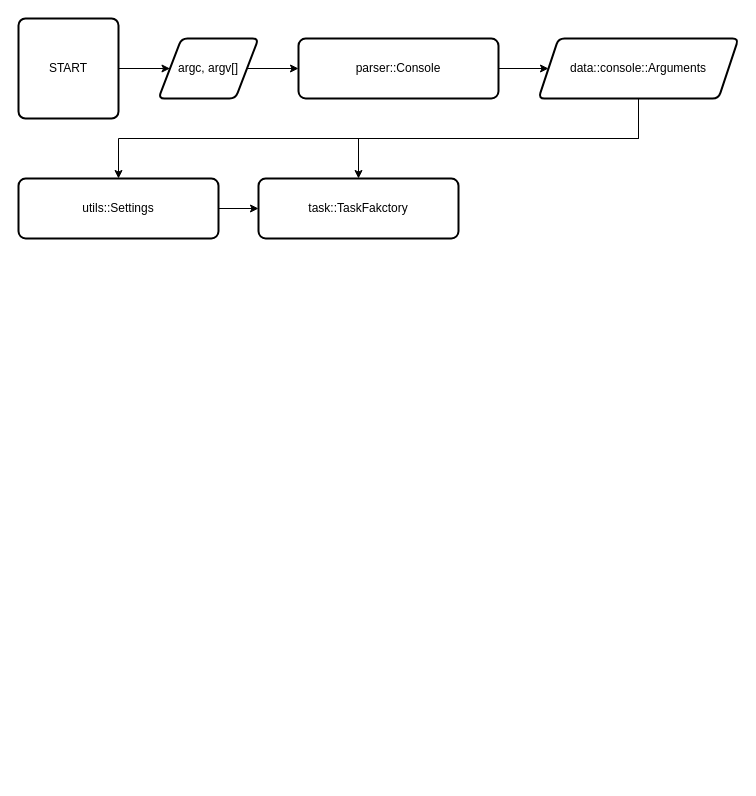
theqbz/csv_helper keeps this draw.io diagram as page "Main process" (1 of 2) of design/csvvalidator.drawio. Above is the earlier version. Source tidied: cells renumbered, new cells numbered last; positions are measured from the earlier drawing's top-left corner, leaving out a move shared by most shapes. Both pictures are drawn from the tidied source at 100%, with x=0, y=0 at pixel (18, 18).
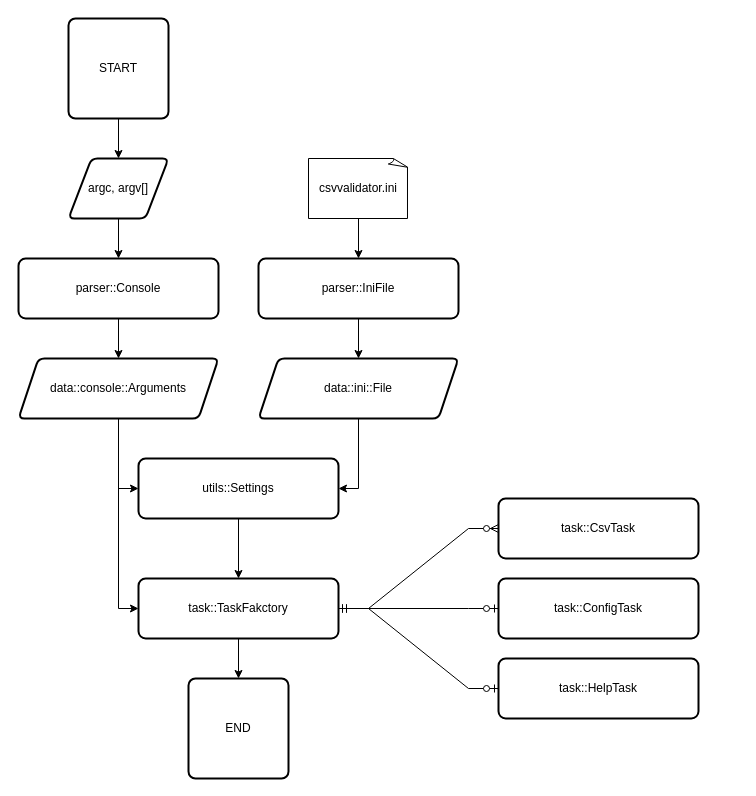
Above is the later version.

What changed in the source:
```diff
@@
-    <mxCell id="2" style="edgeStyle=orthogonalEdgeStyle;rounded=0;jettySize=auto;html=1;exitX=1;exitY=0.5;exitDx=0;exitDy=0;" parent="1" edge="1" source="3" target="5">
+    <mxCell id="2" style="edgeStyle=orthogonalEdgeStyle;rounded=0;jettySize=auto;html=1;" parent="1" edge="1" source="3" target="5">
       <mxGeometry relative="1" as="geometry" />
     </mxCell>
     <mxCell id="3" value="START" style="rounded=1;whiteSpace=wrap;html=1;absoluteArcSize=1;arcSize=14;strokeWidth=2;" parent="1" vertex="1">
-      <mxGeometry width="100" height="100" as="geometry" />
+      <mxGeometry x="50" width="100" height="100" as="geometry" />
     </mxCell>
@@
     <mxCell id="5" value="argc, argv[]" style="shape=parallelogram;html=1;strokeWidth=2;perimeter=parallelogramPerimeter;whiteSpace=wrap;rounded=1;arcSize=12;size=0.23;" parent="1" vertex="1">
-      <mxGeometry x="140" y="20" width="100" height="60" as="geometry" />
+      <mxGeometry x="50" y="140" width="100" height="60" as="geometry" />
     </mxCell>
@@
     <mxCell id="7" value="parser::Console" style="whiteSpace=wrap;html=1;strokeWidth=2;rounded=1;arcSize=12;" parent="1" vertex="1">
-      <mxGeometry x="280" y="20" width="200" height="60" as="geometry" />
+      <mxGeometry y="240" width="200" height="60" as="geometry" />
     </mxCell>
-    <mxCell id="8" style="edgeStyle=orthogonalEdgeStyle;rounded=0;jettySize=auto;html=1;" parent="1" edge="1" source="10" target="12">
-      <mxGeometry relative="1" as="geometry">
-        <Array as="points">
-          <mxPoint x="620" y="120" />
-          <mxPoint x="100" y="120" />
-        </Array>
-      </mxGeometry>
+    <mxCell id="8" style="edgeStyle=orthogonalEdgeStyle;rounded=0;jettySize=auto;html=1;exitX=0.5;exitY=1;exitDx=0;exitDy=0;entryX=0;entryY=0.5;entryDx=0;entryDy=0;" parent="1" edge="1" source="10" target="12">
+      <mxGeometry relative="1" as="geometry" />
     </mxCell>
-    <mxCell id="9" style="edgeStyle=orthogonalEdgeStyle;rounded=0;jettySize=auto;html=1;exitX=0.5;exitY=1;exitDx=0;exitDy=0;" parent="1" edge="1" source="10" target="13">
+    <mxCell id="9" style="edgeStyle=orthogonalEdgeStyle;rounded=0;jettySize=auto;html=1;exitX=0.5;exitY=1;exitDx=0;exitDy=0;entryX=0;entryY=0.5;entryDx=0;entryDy=0;" parent="1" edge="1" source="10" target="13">
       <mxGeometry relative="1" as="geometry" />
     </mxCell>
     <mxCell id="10" value="data::console::Arguments" style="shape=parallelogram;perimeter=parallelogramPerimeter;whiteSpace=wrap;html=1;fixedSize=1;strokeWidth=2;rounded=1;arcSize=12;" parent="1" vertex="1">
-      <mxGeometry x="520" y="20" width="200" height="60" as="geometry" />
+      <mxGeometry y="340" width="200" height="60" as="geometry" />
     </mxCell>
@@
     <mxCell id="12" value="utils::Settings" style="rounded=1;whiteSpace=wrap;html=1;strokeWidth=2;arcSize=12;" parent="1" vertex="1">
-      <mxGeometry y="160" width="200" height="60" as="geometry" />
+      <mxGeometry x="120" y="440" width="200" height="60" as="geometry" />
     </mxCell>
+    <mxCell id="14" style="edgeStyle=orthogonalEdgeStyle;rounded=0;jettySize=auto;html=1;" parent="1" edge="1" source="13" target="21">
+      <mxGeometry relative="1" as="geometry" />
+    </mxCell>
     <mxCell id="13" value="task::TaskFakctory" style="whiteSpace=wrap;html=1;rounded=1;strokeWidth=2;arcSize=12;" parent="1" vertex="1">
-      <mxGeometry x="240" y="160" width="200" height="60" as="geometry" />
+      <mxGeometry x="120" y="560" width="200" height="60" as="geometry" />
     </mxCell>
+    <mxCell id="15" style="edgeStyle=orthogonalEdgeStyle;rounded=0;jettySize=auto;html=1;" parent="1" edge="1" source="16" target="20">
+      <mxGeometry relative="1" as="geometry" />
+    </mxCell>
+    <mxCell id="16" value="parser::IniFile" style="whiteSpace=wrap;html=1;strokeWidth=2;rounded=1;arcSize=12;" parent="1" vertex="1">
+      <mxGeometry x="240" y="240" width="200" height="60" as="geometry" />
+    </mxCell>
+    <mxCell id="17" style="edgeStyle=orthogonalEdgeStyle;rounded=0;jettySize=auto;html=1;" parent="1" edge="1" source="18" target="16">
+      <mxGeometry relative="1" as="geometry" />
+    </mxCell>
+    <mxCell id="18" value="csvvalidator.ini" style="whiteSpace=wrap;html=1;shape=mxgraph.basic.document;" parent="1" vertex="1">
+      <mxGeometry x="290" y="140" width="100" height="60" as="geometry" />
+    </mxCell>
+    <mxCell id="19" style="edgeStyle=orthogonalEdgeStyle;rounded=0;jettySize=auto;html=1;exitX=0.5;exitY=1;exitDx=0;exitDy=0;entryX=1;entryY=0.5;entryDx=0;entryDy=0;" parent="1" edge="1" source="20" target="12">
+      <mxGeometry relative="1" as="geometry" />
+    </mxCell>
+    <mxCell id="20" value="data::ini::File" style="shape=parallelogram;perimeter=parallelogramPerimeter;whiteSpace=wrap;html=1;fixedSize=1;strokeWidth=2;rounded=1;arcSize=12;" parent="1" vertex="1">
+      <mxGeometry x="240" y="340" width="200" height="60" as="geometry" />
+    </mxCell>
+    <mxCell id="21" value="END" style="rounded=1;whiteSpace=wrap;html=1;absoluteArcSize=1;arcSize=14;strokeWidth=2;" parent="1" vertex="1">
+      <mxGeometry x="170" y="660" width="100" height="100" as="geometry" />
+    </mxCell>
+    <mxCell id="22" value="task::HelpTask" style="whiteSpace=wrap;html=1;strokeWidth=2;rounded=1;arcSize=12;" parent="1" vertex="1">
+      <mxGeometry x="480" y="640" width="200" height="60" as="geometry" />
+    </mxCell>
+    <mxCell id="23" value="task::ConfigTask" style="whiteSpace=wrap;html=1;strokeWidth=2;rounded=1;arcSize=12;" parent="1" vertex="1">
+      <mxGeometry x="480" y="560" width="200" height="60" as="geometry" />
+    </mxCell>
+    <mxCell id="24" value="task::CsvTask" style="whiteSpace=wrap;html=1;strokeWidth=2;rounded=1;arcSize=12;" parent="1" vertex="1">
+      <mxGeometry x="480" y="480" width="200" height="60" as="geometry" />
+    </mxCell>
+    <mxCell id="25" style="edgeStyle=entityRelationEdgeStyle;fontSize=12;html=1;endArrow=ERzeroToOne;startArrow=ERmandOne;rounded=0;exitX=1;exitY=0.5;exitDx=0;exitDy=0;entryX=0;entryY=0.5;entryDx=0;entryDy=0;" parent="1" edge="1" source="13" target="22">
+      <mxGeometry relative="1" as="geometry" />
+    </mxCell>
+    <mxCell id="26" style="edgeStyle=entityRelationEdgeStyle;fontSize=12;html=1;endArrow=ERzeroToOne;startArrow=ERmandOne;rounded=0;exitX=1;exitY=0.5;exitDx=0;exitDy=0;entryX=0;entryY=0.5;entryDx=0;entryDy=0;" parent="1" edge="1" source="13" target="23">
+      <mxGeometry relative="1" as="geometry" />
+    </mxCell>
+    <mxCell id="27" style="edgeStyle=entityRelationEdgeStyle;fontSize=12;html=1;endArrow=ERzeroToMany;startArrow=ERmandOne;rounded=0;entryX=0;entryY=0.5;entryDx=0;entryDy=0;" parent="1" edge="1" target="24">
+      <mxGeometry relative="1" as="geometry">
+        <mxPoint x="320" y="590" as="sourcePoint" />
+      </mxGeometry>
+    </mxCell>
```
